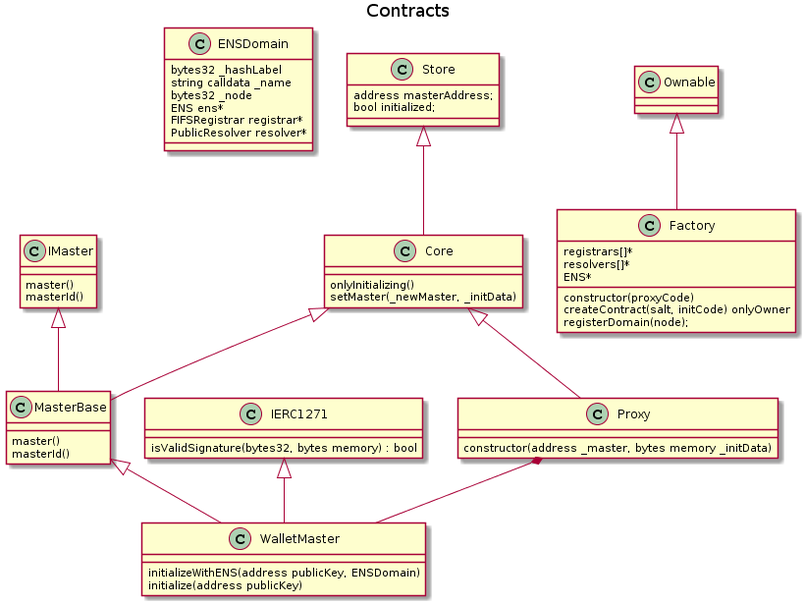
This is docs/modeling/Contracts.png from UniLogin/UniLogin, a PlantUML export, as it was before one commit.
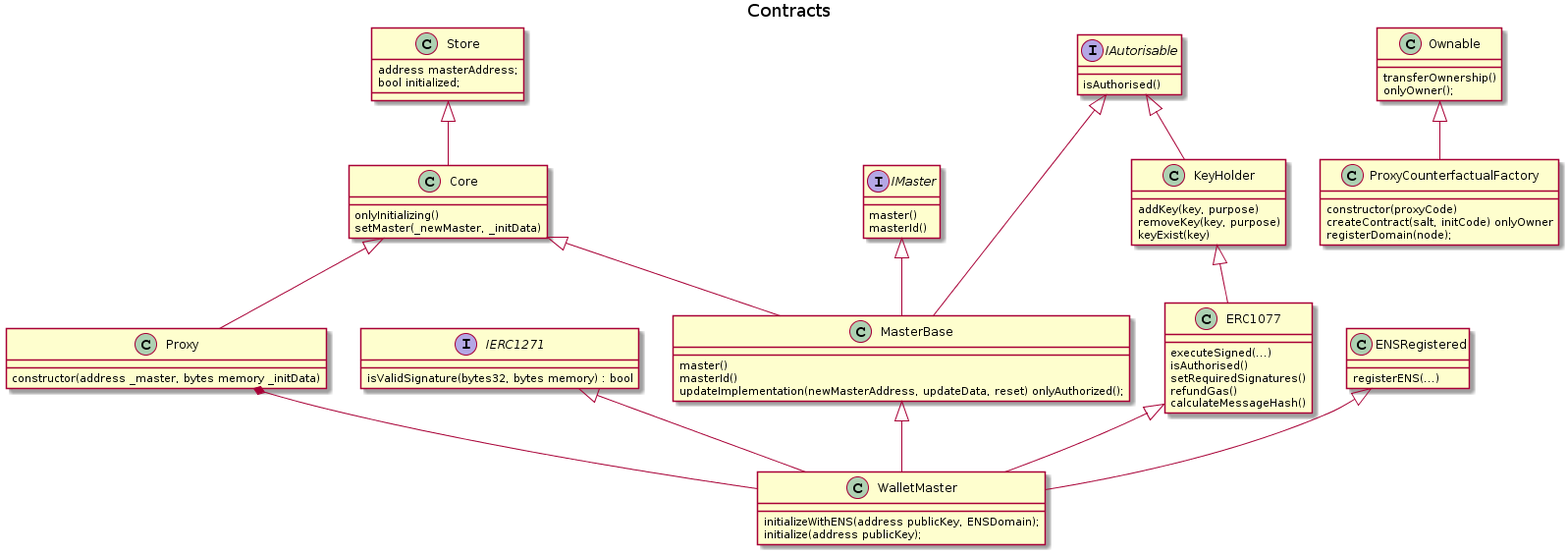
After the commit.

What changed in the source:
```diff
@@ -1,38 +1,32 @@
 @startuml
 title Contracts
 
-class ENSDomain {
-  bytes32 _hashLabel
-  string calldata _name
-  bytes32 _node
-  ENS ens*
-  FIFSRegistrar registrar*
-  PublicResolver resolver*
+interface IMaster {
+  master()
+  masterId()
 }
 
-class IMaster {
-  master()
-  masterId()
+
+interface IERC1271 {
+  isValidSignature(bytes32, bytes memory) : bool
+}
+
+interface IAutorisable {
+  isAuthorised()
 }
 
 class MasterBase {
   master()
   masterId()
+  updateImplementation(newMasterAddress, updateData, reset) onlyAuthorized();
 }
 
 class Ownable {
-
+  transferOwnership()
+  onlyOwner();
 }
 
-class IERC1271 {
-  isValidSignature(bytes32, bytes memory) : bool
-}
-
-
-class Factory {
-  registrars[]*
-  resolvers[]*
-  ENS*
+class ProxyCounterfactualFactory {
   constructor(proxyCode)
   createContract(salt, initCode) onlyOwner
   registerDomain(node);
@@ -42,11 +36,24 @@
   constructor(address _master, bytes memory _initData)
 }
 
-class WalletMaster {
-  initializeWithENS(address publicKey, ENSDomain)
-  initialize(address publicKey)
+class KeyHolder {
+  addKey(key, purpose)
+  removeKey(key, purpose)
+  keyExist(key)
 }
 
+class ERC1077 {
+  executeSigned(...)
+  isAuthorised()
+  setRequiredSignatures()
+  refundGas()
+  calculateMessageHash()
+}
+
+class WalletMaster {
+  initializeWithENS(address publicKey, ENSDomain);
+  initialize(address publicKey);
+}
 class Store {
   address masterAddress;
   bool initialized;
@@ -57,10 +64,19 @@
   setMaster(_newMaster, _initData)
 }
 
+class ENSRegistered {
+  registerENS(...)
+}
+
+IAutorisable <|-- KeyHolder
+KeyHolder <|-- ERC1077
+IAutorisable <|-- MasterBase
+ERC1077 <|-- WalletMaster
+IERC1271 <|-- WalletMaster
+ENSRegistered <|-- WalletMaster
 Proxy *-- WalletMaster
-Ownable <|-- Factory
+Ownable <|-- ProxyCounterfactualFactory
 IMaster <|-- MasterBase
-IERC1271 <|-- WalletMaster
 Store <|-- Core
 MasterBase <|-- WalletMaster
 Core <|-- MasterBase
```
